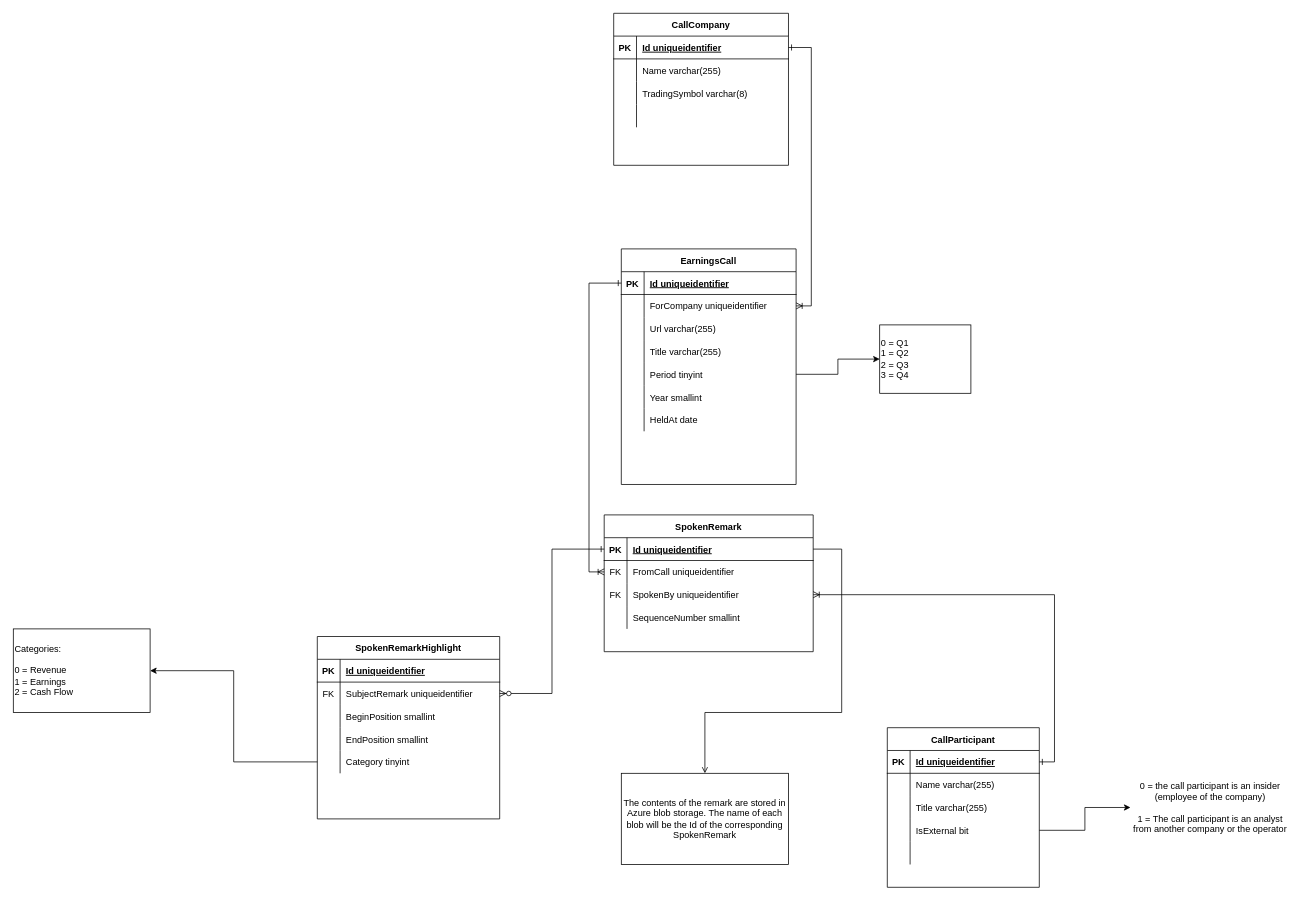
This is page "Earnings Calls" (4 of 4) of AletheiaErd.drawio from TimHanewich/Aletheia-Engine-Library, a draw.io file, before an edit. Source tidied: cells renumbered, new cells numbered last; positions are measured from the earlier drawing's top-left corner, leaving out a move shared by most shapes. Both pictures are drawn from the tidied source at 76%, with x=0, y=0 at pixel (13, 13).
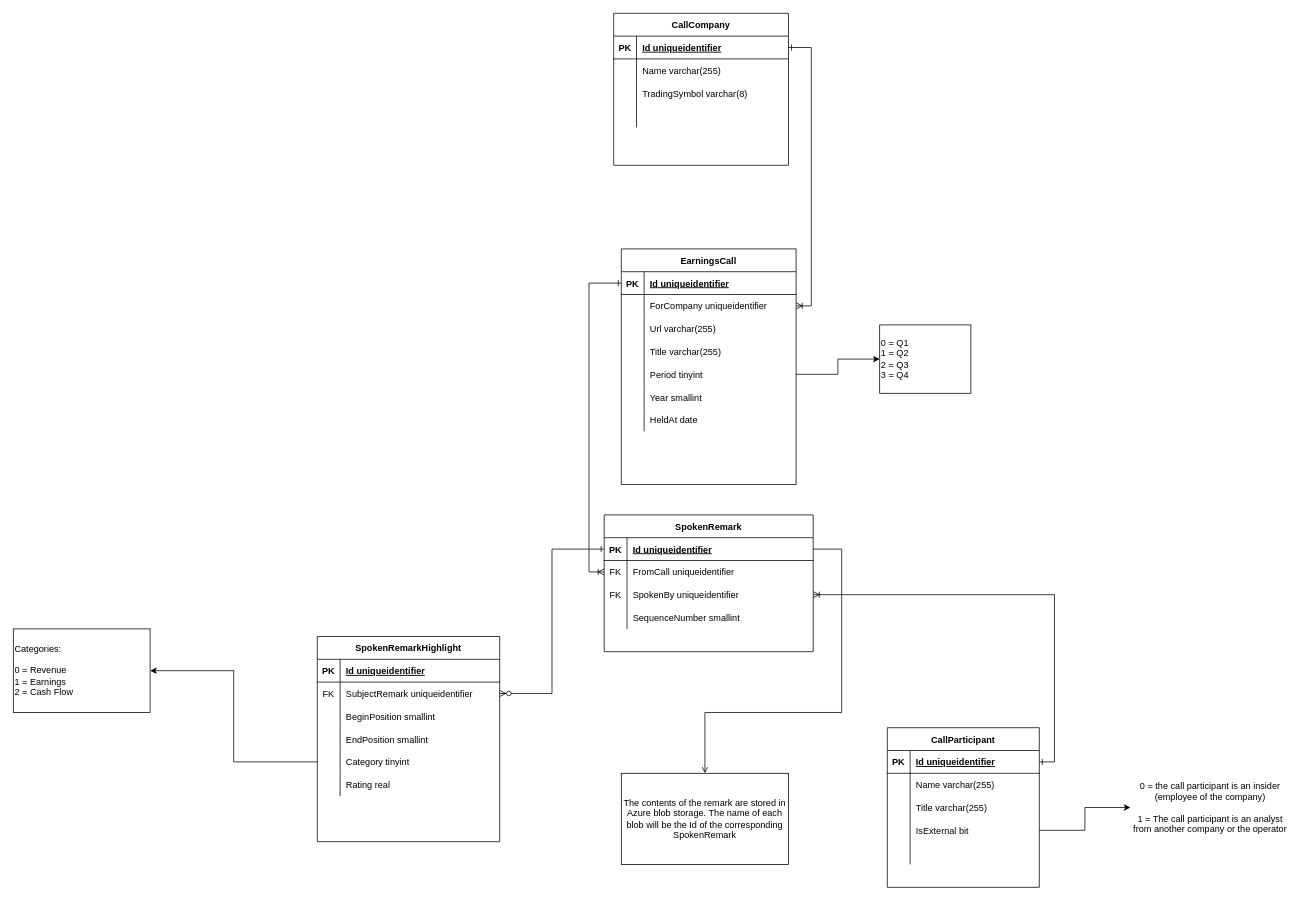
The same diagram, later.

Commit message:
Added rating column to SpokenRemarkHighlight table in the ERD

Change to the diagram source:
```diff
@@
     <mxCell id="71" value="SpokenRemarkHighlight" style="shape=table;startSize=30;childLayout=tableLayout;rowLines=0;fontStyle=1;align=center;fillColor=#ffffff;" parent="1" vertex="1">
-      <mxGeometry x="400" y="820" width="240" height="240" as="geometry" />
+      <mxGeometry x="400" y="820" width="240" height="270" as="geometry" />
     </mxCell>
@@
+    <mxCell id="94" style="shape=partialRectangle;fillColor=none;top=0;left=0;bottom=0;right=0;" parent="71" vertex="1">
+      <mxGeometry y="180" width="240" height="30" as="geometry" />
+    </mxCell>
+    <mxCell id="95" style="shape=partialRectangle;fillColor=none;top=0;left=0;bottom=0;right=0;overflow=hidden;" parent="94" vertex="1">
+      <mxGeometry width="30" height="30" as="geometry" />
+    </mxCell>
+    <mxCell id="96" value="Rating real" style="shape=partialRectangle;fillColor=none;top=0;left=0;bottom=0;right=0;align=left;spacingLeft=6;overflow=hidden;" parent="94" vertex="1">
+      <mxGeometry x="30" width="210" height="30" as="geometry" />
+    </mxCell>
```
